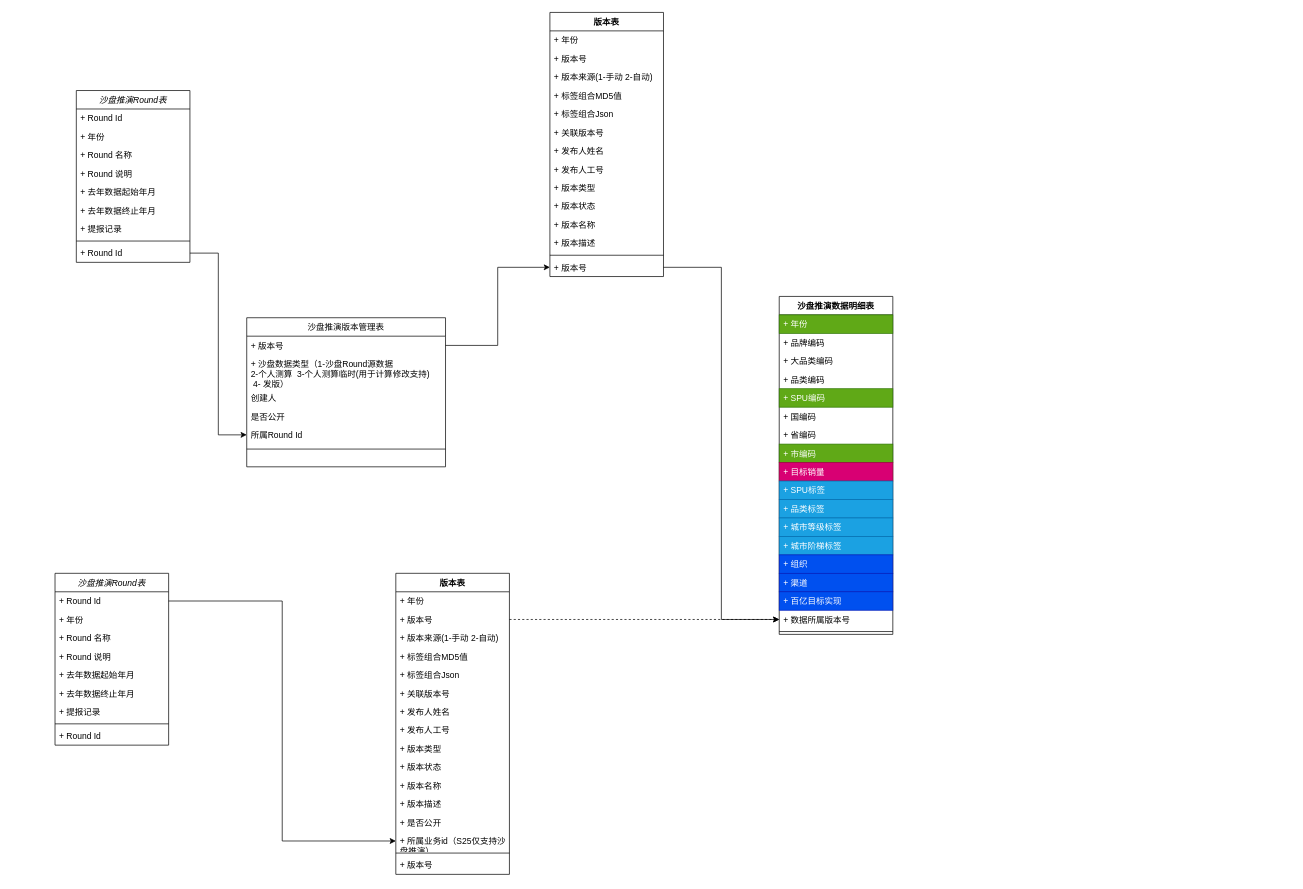
The draw.io diagram S25数据ER图.drawio in 18857545022/-, before the edit. Source tidied: cells renumbered, new cells numbered last; positions are measured from the earlier drawing's top-left corner, leaving out a move shared by most shapes. Both pictures are drawn from the tidied source at 71%, with x=0, y=0 at pixel (55, 12).
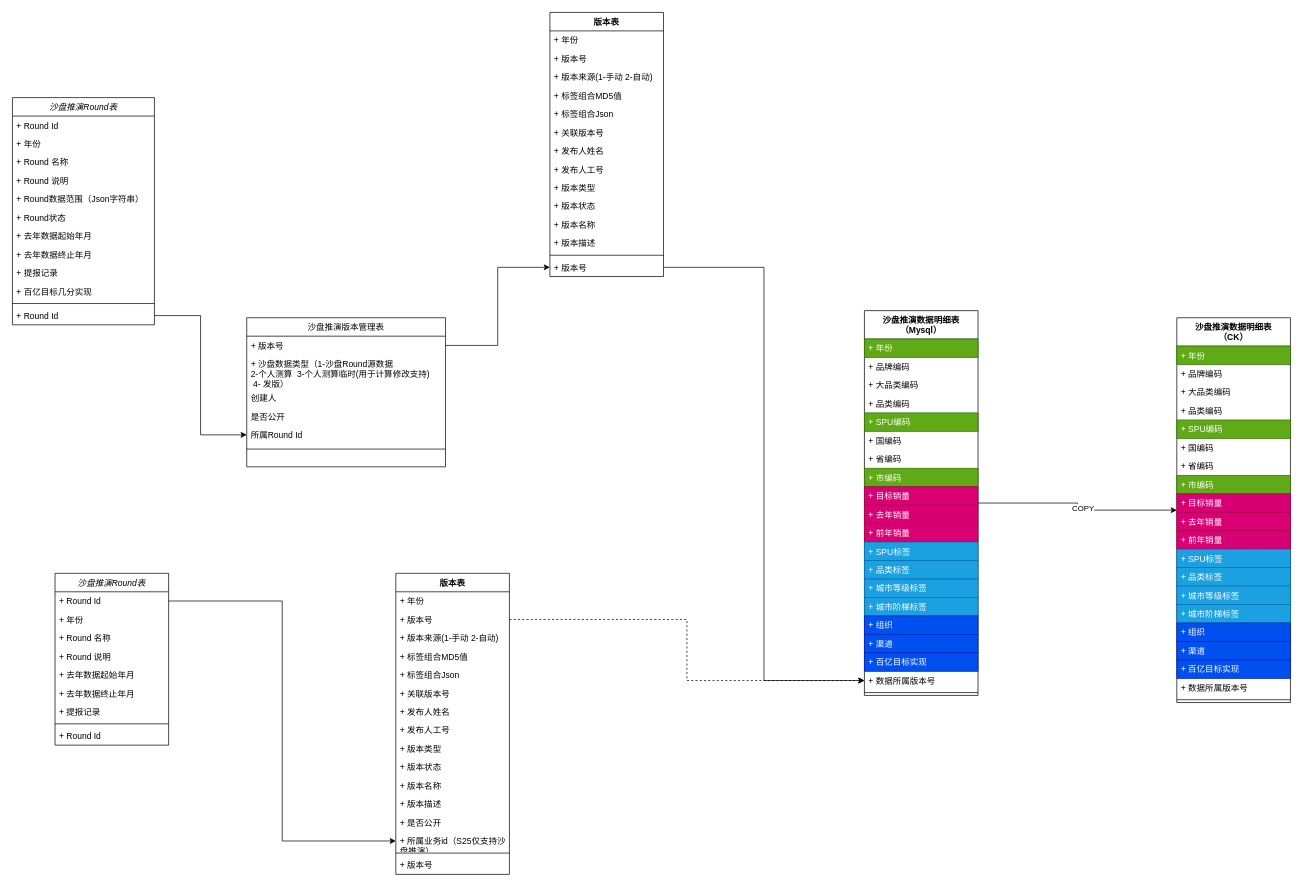
Above is the later version.

Commit message:
更新S25数据ER图.drawio

Diff of the diagram source:
```diff
@@
     <mxCell id="2" value="沙盘推演Round表" style="swimlane;fontStyle=2;align=center;verticalAlign=top;horizontal=1;startSize=26;rounded=0;shadow=0;strokeWidth=1;" parent="1" vertex="1">
-      <mxGeometry x="30" y="110" width="160" height="242" as="geometry" />
+      <mxGeometry x="-60" y="120" width="200" height="320" as="geometry" />
     </mxCell>
     <mxCell id="3" value="+ Round Id" style="text;align=left;verticalAlign=top;spacingLeft=4;spacingRight=4;overflow=hidden;" parent="2" vertex="1">
-      <mxGeometry y="26" width="160" height="26" as="geometry" />
+      <mxGeometry y="26" width="200" height="26" as="geometry" />
     </mxCell>
     <mxCell id="4" value="+ 年份" style="text;align=left;verticalAlign=top;spacingLeft=4;spacingRight=4;overflow=hidden;rounded=0;shadow=0;html=0;" parent="2" vertex="1">
-      <mxGeometry y="52" width="160" height="26" as="geometry" />
+      <mxGeometry y="52" width="200" height="26" as="geometry" />
     </mxCell>
     <mxCell id="5" value="+ Round 名称" style="text;align=left;verticalAlign=top;spacingLeft=4;spacingRight=4;overflow=hidden;rounded=0;shadow=0;html=0;" parent="2" vertex="1">
-      <mxGeometry y="78" width="160" height="26" as="geometry" />
+      <mxGeometry y="78" width="200" height="26" as="geometry" />
     </mxCell>
+    <mxCell id="85" value="+ Round 说明" style="text;align=left;verticalAlign=top;spacingLeft=4;spacingRight=4;overflow=hidden;rounded=0;shadow=0;html=0;" parent="2" vertex="1">
+      <mxGeometry y="104" width="200" height="26" as="geometry" />
+    </mxCell>
-    <mxCell id="6" value="+ Round 说明" style="text;align=left;verticalAlign=top;spacingLeft=4;spacingRight=4;overflow=hidden;rounded=0;shadow=0;html=0;" parent="2" vertex="1">
-      <mxGeometry y="104" width="160" height="26" as="geometry" />
+    <mxCell id="6" value="+ Round数据范围（Json字符串）" style="text;align=left;verticalAlign=top;spacingLeft=4;spacingRight=4;overflow=hidden;rounded=0;shadow=0;html=0;" parent="2" vertex="1">
+      <mxGeometry y="130" width="200" height="26" as="geometry" />
     </mxCell>
+    <mxCell id="86" value="+ Round状态" style="text;align=left;verticalAlign=top;spacingLeft=4;spacingRight=4;overflow=hidden;rounded=0;shadow=0;html=0;" parent="2" vertex="1">
+      <mxGeometry y="156" width="200" height="26" as="geometry" />
+    </mxCell>
     <mxCell id="7" value="+ 去年数据起始年月" style="text;align=left;verticalAlign=top;spacingLeft=4;spacingRight=4;overflow=hidden;rounded=0;shadow=0;html=0;" parent="2" vertex="1">
-      <mxGeometry y="130" width="160" height="26" as="geometry" />
+      <mxGeometry y="182" width="200" height="26" as="geometry" />
     </mxCell>
     <mxCell id="8" value="+ 去年数据终止年月" style="text;align=left;verticalAlign=top;spacingLeft=4;spacingRight=4;overflow=hidden;rounded=0;shadow=0;html=0;" parent="2" vertex="1">
-      <mxGeometry y="156" width="160" height="26" as="geometry" />
+      <mxGeometry y="208" width="200" height="26" as="geometry" />
     </mxCell>
     <mxCell id="9" value="+ 提报记录" style="text;align=left;verticalAlign=top;spacingLeft=4;spacingRight=4;overflow=hidden;rounded=0;shadow=0;html=0;" parent="2" vertex="1">
-      <mxGeometry y="182" width="160" height="26" as="geometry" />
+      <mxGeometry y="234" width="200" height="26" as="geometry" />
     </mxCell>
+    <mxCell id="87" value="+ 百亿目标几分实现" style="text;align=left;verticalAlign=top;spacingLeft=4;spacingRight=4;overflow=hidden;rounded=0;shadow=0;html=0;" parent="2" vertex="1">
+      <mxGeometry y="260" width="200" height="26" as="geometry" />
+    </mxCell>
     <mxCell id="10" style="line;html=1;strokeWidth=1;align=left;verticalAlign=middle;spacingTop=-1;spacingLeft=3;spacingRight=3;labelPosition=right;" parent="2" vertex="1">
-      <mxGeometry y="208" width="160" height="8" as="geometry" />
+      <mxGeometry y="286" width="200" height="8" as="geometry" />
     </mxCell>
     <mxCell id="11" value="+ Round Id" style="text;align=left;verticalAlign=top;spacingLeft=4;spacingRight=4;overflow=hidden;points=[[0,0.5],[1,0.5]];portConstraint=eastwest;" parent="2" vertex="1">
-      <mxGeometry y="216" width="160" height="26" as="geometry" />
+      <mxGeometry y="294" width="200" height="26" as="geometry" />
     </mxCell>
@@
+    <mxCell id="88" style="edgeStyle=orthogonalEdgeStyle;rounded=0;jettySize=auto;html=1;entryX=0;entryY=0.5;entryDx=0;entryDy=0;" parent="1" edge="1" source="36" target="92">
+      <mxGeometry relative="1" as="geometry" />
+    </mxCell>
+    <mxCell id="89" value="COPY" style="edgeLabel;html=1;align=center;verticalAlign=middle;" parent="88" vertex="1">
+      <mxGeometry x="0.09" y="3" relative="1" as="geometry">
+        <mxPoint x="-1" as="offset" />
+      </mxGeometry>
+    </mxCell>
-    <mxCell id="36" value="沙盘推演数据明细表" style="swimlane;fontStyle=1;align=center;verticalAlign=top;horizontal=1;startSize=26;whiteSpace=wrap;html=1;" parent="1" vertex="1">
-      <mxGeometry x="1020" y="400" width="160" height="476" as="geometry" />
+    <mxCell id="36" value="沙盘推演数据明细表（Mysql）" style="swimlane;fontStyle=1;align=center;verticalAlign=top;horizontal=1;startSize=40;whiteSpace=wrap;html=1;" parent="1" vertex="1">
+      <mxGeometry x="1140" y="420" width="160" height="542" as="geometry" />
     </mxCell>
     <mxCell id="37" value="+ 年份" style="text;strokeColor=#2D7600;fillColor=#60a917;align=left;verticalAlign=top;spacingLeft=4;spacingRight=4;overflow=hidden;whiteSpace=wrap;html=1;fontColor=#ffffff;" parent="36" vertex="1">
-      <mxGeometry y="26" width="160" height="26" as="geometry" />
+      <mxGeometry y="40" width="160" height="26" as="geometry" />
     </mxCell>
     <mxCell id="38" value="+ 品牌编码" style="text;strokeColor=none;fillColor=none;align=left;verticalAlign=top;spacingLeft=4;spacingRight=4;overflow=hidden;whiteSpace=wrap;html=1;" parent="36" vertex="1">
-      <mxGeometry y="52" width="160" height="26" as="geometry" />
+      <mxGeometry y="66" width="160" height="26" as="geometry" />
     </mxCell>
     <mxCell id="39" value="+ 大品类编码" style="text;strokeColor=none;fillColor=none;align=left;verticalAlign=top;spacingLeft=4;spacingRight=4;overflow=hidden;whiteSpace=wrap;html=1;" parent="36" vertex="1">
-      <mxGeometry y="78" width="160" height="26" as="geometry" />
+      <mxGeometry y="92" width="160" height="26" as="geometry" />
     </mxCell>
     <mxCell id="40" value="+ 品类编码" style="text;strokeColor=none;fillColor=none;align=left;verticalAlign=top;spacingLeft=4;spacingRight=4;overflow=hidden;whiteSpace=wrap;html=1;" parent="36" vertex="1">
-      <mxGeometry y="104" width="160" height="26" as="geometry" />
+      <mxGeometry y="118" width="160" height="26" as="geometry" />
     </mxCell>
     <mxCell id="41" value="+ SPU编码" style="text;strokeColor=#2D7600;fillColor=#60a917;align=left;verticalAlign=top;spacingLeft=4;spacingRight=4;overflow=hidden;whiteSpace=wrap;html=1;fontColor=#ffffff;" parent="36" vertex="1">
-      <mxGeometry y="130" width="160" height="26" as="geometry" />
+      <mxGeometry y="144" width="160" height="26" as="geometry" />
     </mxCell>
     <mxCell id="42" value="+ 国编码" style="text;strokeColor=none;fillColor=none;align=left;verticalAlign=top;spacingLeft=4;spacingRight=4;overflow=hidden;whiteSpace=wrap;html=1;" parent="36" vertex="1">
-      <mxGeometry y="156" width="160" height="26" as="geometry" />
+      <mxGeometry y="170" width="160" height="26" as="geometry" />
     </mxCell>
     <mxCell id="43" value="+ 省编码" style="text;strokeColor=none;fillColor=none;align=left;verticalAlign=top;spacingLeft=4;spacingRight=4;overflow=hidden;whiteSpace=wrap;html=1;" parent="36" vertex="1">
-      <mxGeometry y="182" width="160" height="26" as="geometry" />
+      <mxGeometry y="196" width="160" height="26" as="geometry" />
     </mxCell>
     <mxCell id="44" value="+ 市编码" style="text;strokeColor=#2D7600;fillColor=#60a917;align=left;verticalAlign=top;spacingLeft=4;spacingRight=4;overflow=hidden;whiteSpace=wrap;html=1;fontColor=#ffffff;" parent="36" vertex="1">
-      <mxGeometry y="208" width="160" height="26" as="geometry" />
+      <mxGeometry y="222" width="160" height="26" as="geometry" />
     </mxCell>
     <mxCell id="45" value="+ 目标销量" style="text;strokeColor=#A50040;fillColor=#d80073;align=left;verticalAlign=top;spacingLeft=4;spacingRight=4;overflow=hidden;whiteSpace=wrap;html=1;fontColor=#ffffff;" parent="36" vertex="1">
-      <mxGeometry y="234" width="160" height="26" as="geometry" />
+      <mxGeometry y="248" width="160" height="26" as="geometry" />
     </mxCell>
+    <mxCell id="90" value="+ 去年销量" style="text;strokeColor=#A50040;fillColor=#d80073;align=left;verticalAlign=top;spacingLeft=4;spacingRight=4;overflow=hidden;whiteSpace=wrap;html=1;fontColor=#ffffff;" parent="36" vertex="1">
+      <mxGeometry y="274" width="160" height="26" as="geometry" />
+    </mxCell>
+    <mxCell id="91" value="+ 前年销量" style="text;strokeColor=#A50040;fillColor=#d80073;align=left;verticalAlign=top;spacingLeft=4;spacingRight=4;overflow=hidden;whiteSpace=wrap;html=1;fontColor=#ffffff;" parent="36" vertex="1">
+      <mxGeometry y="300" width="160" height="26" as="geometry" />
+    </mxCell>
     <mxCell id="46" value="+ SPU标签" style="text;strokeColor=#006EAF;fillColor=#1ba1e2;align=left;verticalAlign=top;spacingLeft=4;spacingRight=4;overflow=hidden;whiteSpace=wrap;html=1;fontColor=#ffffff;" parent="36" vertex="1">
-      <mxGeometry y="260" width="160" height="26" as="geometry" />
+      <mxGeometry y="326" width="160" height="26" as="geometry" />
     </mxCell>
     <mxCell id="47" value="+ 品类标签" style="text;strokeColor=#006EAF;fillColor=#1ba1e2;align=left;verticalAlign=top;spacingLeft=4;spacingRight=4;overflow=hidden;whiteSpace=wrap;html=1;fontColor=#ffffff;" parent="36" vertex="1">
-      <mxGeometry y="286" width="160" height="26" as="geometry" />
+      <mxGeometry y="352" width="160" height="26" as="geometry" />
     </mxCell>
     <mxCell id="48" value="+ 城市等级标签" style="text;strokeColor=#006EAF;fillColor=#1ba1e2;align=left;verticalAlign=top;spacingLeft=4;spacingRight=4;overflow=hidden;whiteSpace=wrap;html=1;fontColor=#ffffff;" parent="36" vertex="1">
-      <mxGeometry y="312" width="160" height="26" as="geometry" />
+      <mxGeometry y="378" width="160" height="26" as="geometry" />
     </mxCell>
     <mxCell id="49" value="+ 城市阶梯标签" style="text;strokeColor=#006EAF;fillColor=#1ba1e2;align=left;verticalAlign=top;spacingLeft=4;spacingRight=4;overflow=hidden;whiteSpace=wrap;html=1;fontColor=#ffffff;" parent="36" vertex="1">
-      <mxGeometry y="338" width="160" height="26" as="geometry" />
+      <mxGeometry y="404" width="160" height="26" as="geometry" />
     </mxCell>
     <mxCell id="50" value="+ 组织" style="text;strokeColor=#001DBC;fillColor=#0050ef;align=left;verticalAlign=top;spacingLeft=4;spacingRight=4;overflow=hidden;whiteSpace=wrap;html=1;fontColor=#ffffff;" parent="36" vertex="1">
-      <mxGeometry y="364" width="160" height="26" as="geometry" />
+      <mxGeometry y="430" width="160" height="26" as="geometry" />
     </mxCell>
     <mxCell id="51" value="+ 渠道" style="text;strokeColor=#001DBC;fillColor=#0050ef;align=left;verticalAlign=top;spacingLeft=4;spacingRight=4;overflow=hidden;whiteSpace=wrap;html=1;fontColor=#ffffff;" parent="36" vertex="1">
-      <mxGeometry y="390" width="160" height="26" as="geometry" />
+      <mxGeometry y="456" width="160" height="26" as="geometry" />
     </mxCell>
     <mxCell id="52" value="+ 百亿目标实现" style="text;strokeColor=#001DBC;fillColor=#0050ef;align=left;verticalAlign=top;spacingLeft=4;spacingRight=4;overflow=hidden;whiteSpace=wrap;html=1;fontColor=#ffffff;" parent="36" vertex="1">
-      <mxGeometry y="416" width="160" height="26" as="geometry" />
+      <mxGeometry y="482" width="160" height="26" as="geometry" />
     </mxCell>
     <mxCell id="53" value="+ 数据所属版本号" style="text;strokeColor=none;fillColor=none;align=left;verticalAlign=top;spacingLeft=4;spacingRight=4;overflow=hidden;points=[[0,0.5],[1,0.5]];portConstraint=eastwest;whiteSpace=wrap;html=1;" parent="36" vertex="1">
-      <mxGeometry y="442" width="160" height="26" as="geometry" />
+      <mxGeometry y="508" width="160" height="26" as="geometry" />
     </mxCell>
     <mxCell id="54" style="line;strokeWidth=1;fillColor=none;align=left;verticalAlign=middle;spacingTop=-1;spacingLeft=3;spacingRight=3;labelPosition=right;strokeColor=inherit;" parent="36" vertex="1">
-      <mxGeometry y="468" width="160" height="8" as="geometry" />
+      <mxGeometry y="534" width="160" height="8" as="geometry" />
     </mxCell>
@@
+    <mxCell id="92" value="沙盘推演数据明细表&lt;br&gt;（CK）" style="swimlane;fontStyle=1;align=center;verticalAlign=top;horizontal=1;startSize=40;whiteSpace=wrap;html=1;" parent="1" vertex="1">
+      <mxGeometry x="1580" y="430" width="160" height="542" as="geometry" />
+    </mxCell>
+    <mxCell id="93" value="+ 年份" style="text;strokeColor=#2D7600;fillColor=#60a917;align=left;verticalAlign=top;spacingLeft=4;spacingRight=4;overflow=hidden;whiteSpace=wrap;html=1;fontColor=#ffffff;" parent="92" vertex="1">
+      <mxGeometry y="40" width="160" height="26" as="geometry" />
+    </mxCell>
+    <mxCell id="94" value="+ 品牌编码" style="text;strokeColor=none;fillColor=none;align=left;verticalAlign=top;spacingLeft=4;spacingRight=4;overflow=hidden;whiteSpace=wrap;html=1;" parent="92" vertex="1">
+      <mxGeometry y="66" width="160" height="26" as="geometry" />
+    </mxCell>
+    <mxCell id="95" value="+ 大品类编码" style="text;strokeColor=none;fillColor=none;align=left;verticalAlign=top;spacingLeft=4;spacingRight=4;overflow=hidden;whiteSpace=wrap;html=1;" parent="92" vertex="1">
+      <mxGeometry y="92" width="160" height="26" as="geometry" />
+    </mxCell>
+    <mxCell id="96" value="+ 品类编码" style="text;strokeColor=none;fillColor=none;align=left;verticalAlign=top;spacingLeft=4;spacingRight=4;overflow=hidden;whiteSpace=wrap;html=1;" parent="92" vertex="1">
+      <mxGeometry y="118" width="160" height="26" as="geometry" />
+    </mxCell>
+    <mxCell id="97" value="+ SPU编码" style="text;strokeColor=#2D7600;fillColor=#60a917;align=left;verticalAlign=top;spacingLeft=4;spacingRight=4;overflow=hidden;whiteSpace=wrap;html=1;fontColor=#ffffff;" parent="92" vertex="1">
+      <mxGeometry y="144" width="160" height="26" as="geometry" />
+    </mxCell>
+    <mxCell id="98" value="+ 国编码" style="text;strokeColor=none;fillColor=none;align=left;verticalAlign=top;spacingLeft=4;spacingRight=4;overflow=hidden;whiteSpace=wrap;html=1;" parent="92" vertex="1">
+      <mxGeometry y="170" width="160" height="26" as="geometry" />
+    </mxCell>
+    <mxCell id="99" value="+ 省编码" style="text;strokeColor=none;fillColor=none;align=left;verticalAlign=top;spacingLeft=4;spacingRight=4;overflow=hidden;whiteSpace=wrap;html=1;" parent="92" vertex="1">
+      <mxGeometry y="196" width="160" height="26" as="geometry" />
+    </mxCell>
+    <mxCell id="100" value="+ 市编码" style="text;strokeColor=#2D7600;fillColor=#60a917;align=left;verticalAlign=top;spacingLeft=4;spacingRight=4;overflow=hidden;whiteSpace=wrap;html=1;fontColor=#ffffff;" parent="92" vertex="1">
+      <mxGeometry y="222" width="160" height="26" as="geometry" />
+    </mxCell>
+    <mxCell id="101" value="+ 目标销量" style="text;strokeColor=#A50040;fillColor=#d80073;align=left;verticalAlign=top;spacingLeft=4;spacingRight=4;overflow=hidden;whiteSpace=wrap;html=1;fontColor=#ffffff;" parent="92" vertex="1">
+      <mxGeometry y="248" width="160" height="26" as="geometry" />
+    </mxCell>
+    <mxCell id="102" value="+ 去年销量" style="text;strokeColor=#A50040;fillColor=#d80073;align=left;verticalAlign=top;spacingLeft=4;spacingRight=4;overflow=hidden;whiteSpace=wrap;html=1;fontColor=#ffffff;" parent="92" vertex="1">
+      <mxGeometry y="274" width="160" height="26" as="geometry" />
+    </mxCell>
+    <mxCell id="103" value="+ 前年销量" style="text;strokeColor=#A50040;fillColor=#d80073;align=left;verticalAlign=top;spacingLeft=4;spacingRight=4;overflow=hidden;whiteSpace=wrap;html=1;fontColor=#ffffff;" parent="92" vertex="1">
+      <mxGeometry y="300" width="160" height="26" as="geometry" />
+    </mxCell>
+    <mxCell id="104" value="+ SPU标签" style="text;strokeColor=#006EAF;fillColor=#1ba1e2;align=left;verticalAlign=top;spacingLeft=4;spacingRight=4;overflow=hidden;whiteSpace=wrap;html=1;fontColor=#ffffff;" parent="92" vertex="1">
+      <mxGeometry y="326" width="160" height="26" as="geometry" />
+    </mxCell>
+    <mxCell id="105" value="+ 品类标签" style="text;strokeColor=#006EAF;fillColor=#1ba1e2;align=left;verticalAlign=top;spacingLeft=4;spacingRight=4;overflow=hidden;whiteSpace=wrap;html=1;fontColor=#ffffff;" parent="92" vertex="1">
+      <mxGeometry y="352" width="160" height="26" as="geometry" />
+    </mxCell>
+    <mxCell id="106" value="+ 城市等级标签" style="text;strokeColor=#006EAF;fillColor=#1ba1e2;align=left;verticalAlign=top;spacingLeft=4;spacingRight=4;overflow=hidden;whiteSpace=wrap;html=1;fontColor=#ffffff;" parent="92" vertex="1">
+      <mxGeometry y="378" width="160" height="26" as="geometry" />
+    </mxCell>
+    <mxCell id="107" value="+ 城市阶梯标签" style="text;strokeColor=#006EAF;fillColor=#1ba1e2;align=left;verticalAlign=top;spacingLeft=4;spacingRight=4;overflow=hidden;whiteSpace=wrap;html=1;fontColor=#ffffff;" parent="92" vertex="1">
+      <mxGeometry y="404" width="160" height="26" as="geometry" />
+    </mxCell>
+    <mxCell id="108" value="+ 组织" style="text;strokeColor=#001DBC;fillColor=#0050ef;align=left;verticalAlign=top;spacingLeft=4;spacingRight=4;overflow=hidden;whiteSpace=wrap;html=1;fontColor=#ffffff;" parent="92" vertex="1">
+      <mxGeometry y="430" width="160" height="26" as="geometry" />
+    </mxCell>
+    <mxCell id="109" value="+ 渠道" style="text;strokeColor=#001DBC;fillColor=#0050ef;align=left;verticalAlign=top;spacingLeft=4;spacingRight=4;overflow=hidden;whiteSpace=wrap;html=1;fontColor=#ffffff;" parent="92" vertex="1">
+      <mxGeometry y="456" width="160" height="26" as="geometry" />
+    </mxCell>
+    <mxCell id="110" value="+ 百亿目标实现" style="text;strokeColor=#001DBC;fillColor=#0050ef;align=left;verticalAlign=top;spacingLeft=4;spacingRight=4;overflow=hidden;whiteSpace=wrap;html=1;fontColor=#ffffff;" parent="92" vertex="1">
+      <mxGeometry y="482" width="160" height="26" as="geometry" />
+    </mxCell>
+    <mxCell id="111" value="+ 数据所属版本号" style="text;strokeColor=none;fillColor=none;align=left;verticalAlign=top;spacingLeft=4;spacingRight=4;overflow=hidden;whiteSpace=wrap;html=1;" parent="92" vertex="1">
+      <mxGeometry y="508" width="160" height="26" as="geometry" />
+    </mxCell>
+    <mxCell id="112" style="line;strokeWidth=1;fillColor=none;align=left;verticalAlign=middle;spacingTop=-1;spacingLeft=3;spacingRight=3;labelPosition=right;strokeColor=inherit;" parent="92" vertex="1">
+      <mxGeometry y="534" width="160" height="8" as="geometry" />
+    </mxCell>
```
